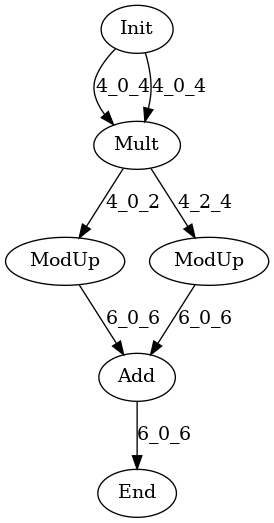
The Graphviz diagram data/graph_poly.dot.png in hal-lab-u-tokyo/PolyFHE, before a commit. Its source is kept beside it as data/graph_poly.dot.
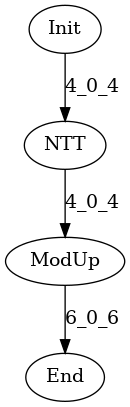
Later version of the same file.

What changed in the source:
```diff
@@ -1,15 +1,9 @@
 digraph G {
 Init[label="Init"];
 End[label="End"];
-Mult[label="Mult"];
-Add[label="Add"];
+NTT[label="NTT"];
 ModUp[label="ModUp"];
-ModUp2[label="ModUp"];
-Init -> Mult[label="4_0_4"];
-Init -> Mult[label="4_0_4"];
-Mult -> ModUp[label="4_0_2"];
-Mult -> ModUp2[label="4_2_4"];
-ModUp -> Add[label="6_0_6"];
-ModUp2 -> Add[label="6_0_6"];
-Add -> End[label="6_0_6"];
+Init -> NTT[label="4_0_4"];
+NTT -> ModUp[label="4_0_4"];
+ModUp -> End[label="6_0_6"];
 }
```
